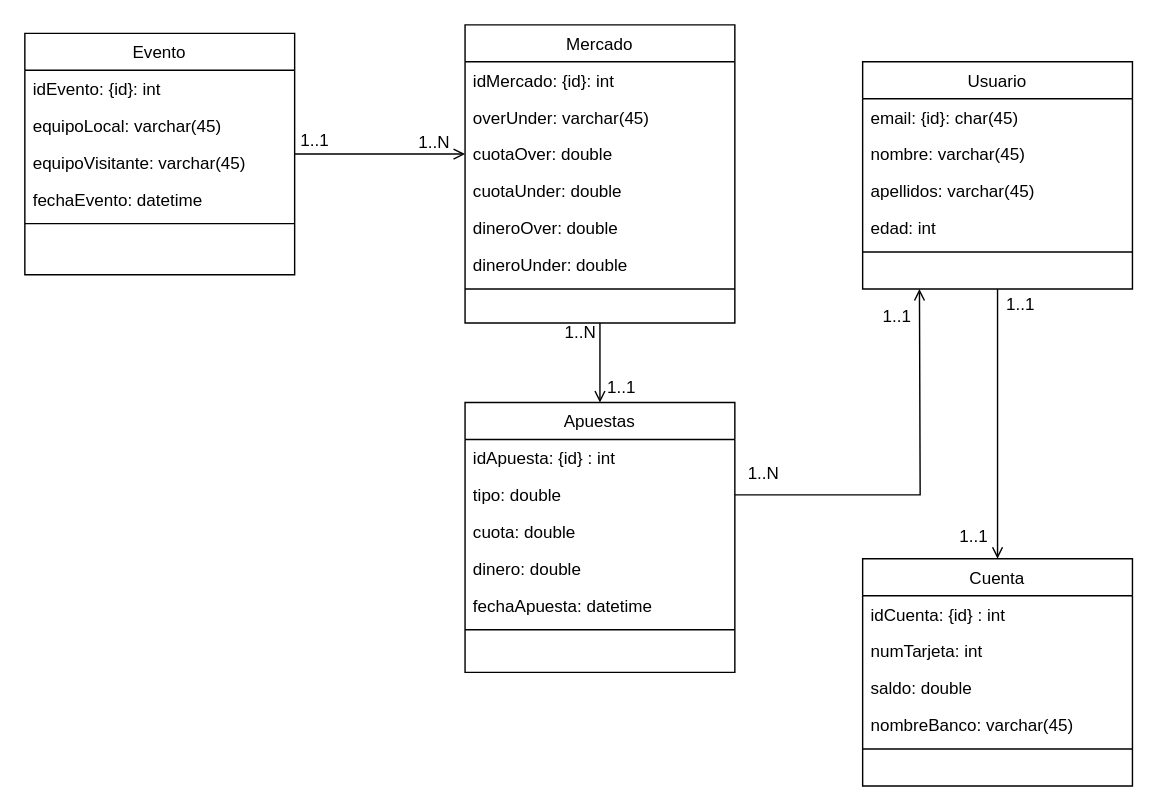
Earlier version of the draw.io diagram AEV1/Modelos/modeloconceptual.drawio (xAdri/DAM_AccesoDatos). Source tidied: cells renumbered, new cells numbered last; positions are measured from the earlier drawing's top-left corner, leaving out a move shared by most shapes. Both pictures are drawn from the tidied source at 142%, with x=0, y=0 at pixel (24, 24).
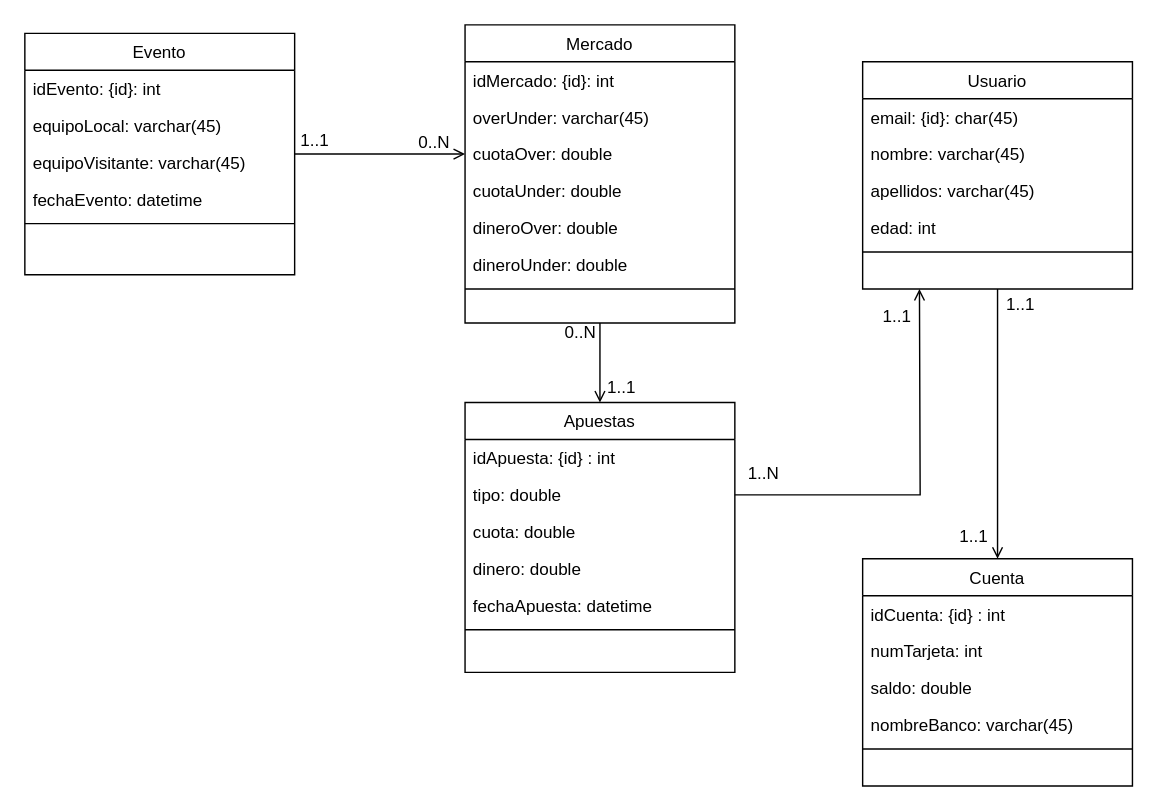
The same page after the edit.

Diff of the diagram source:
```diff
@@
-    <mxCell id="11" value="1..N" style="text;html=1;align=center;verticalAlign=middle;" parent="1" vertex="1">
+    <mxCell id="11" value="0..N" style="text;html=1;align=center;verticalAlign=middle;" parent="1" vertex="1">
       <mxGeometry x="268" y="73" width="40" height="20" as="geometry" />
     </mxCell>
@@
-    <mxCell id="44" value="1..N" style="text;html=1;align=center;verticalAlign=middle;" parent="1" vertex="1">
+    <mxCell id="44" value="0..N" style="text;html=1;align=center;verticalAlign=middle;" parent="1" vertex="1">
       <mxGeometry x="371" y="207" width="40" height="20" as="geometry" />
     </mxCell>
```
